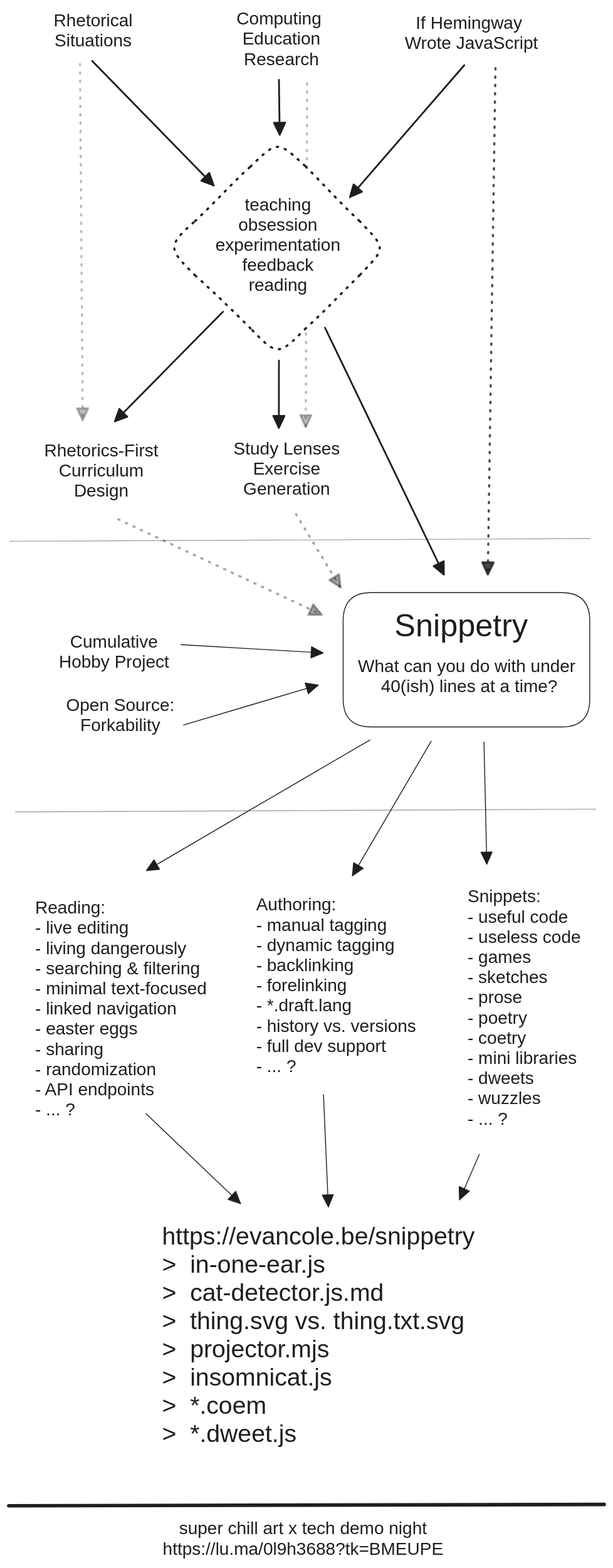
Earlier version of the Excalidraw export public/assets/art-x-tech.excalidraw.svg (colevandersWands/snippetry). Source tidied: one line per element, renumbered; positions are measured from the earlier drawing's top-left corner, leaving out a move shared by most shapes.
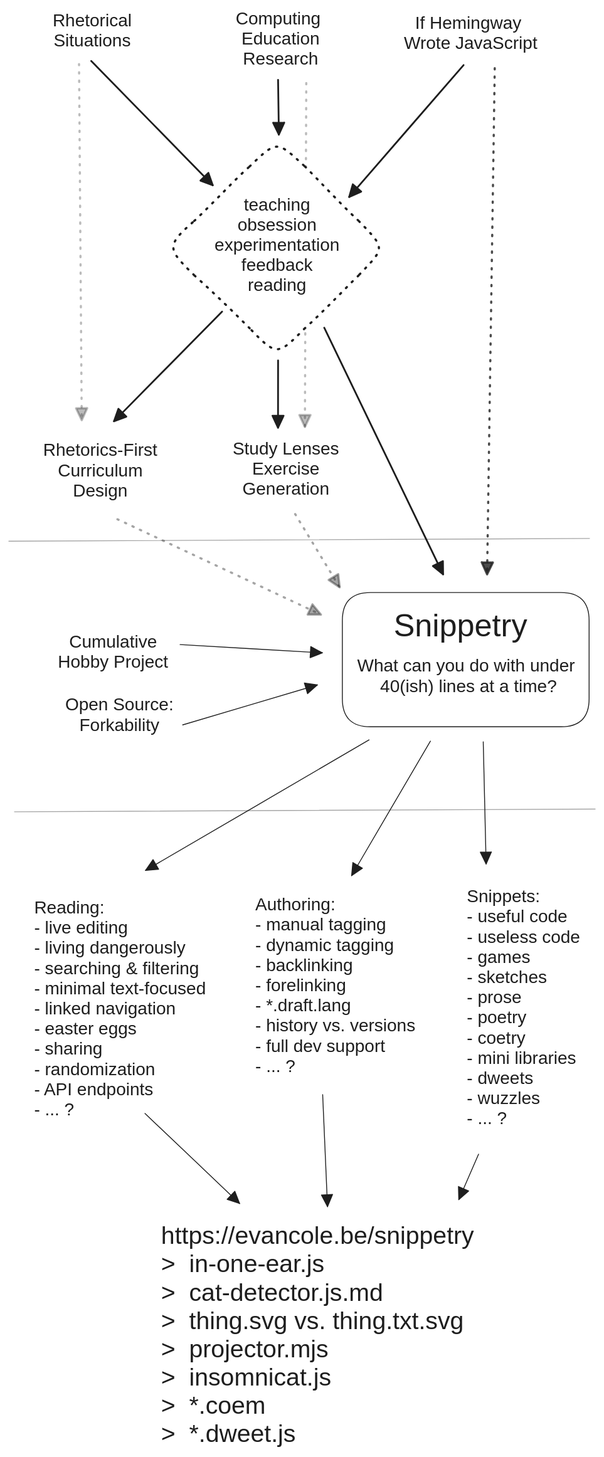
After the change.

The edit, as a diff of the source:
```diff
@@ -31,9 +31,7 @@
 {"id": 30, "type": "arrow", "strokeColor": "#1e1e1e", "backgroundColor": "#ffffff", "fillStyle": "solid", "strokeWidth": 1, "roughness": 0, "endArrowhead": "triangle", "round": true, "from": 24, "to": 28, "x": 536, "y": 1305, "width": 23, "height": 52, "points": [[0, 0], [-23, 52]]}
 {"id": 31, "type": "line", "strokeColor": "#1e1e1e", "backgroundColor": "#ffffff", "fillStyle": "solid", "strokeWidth": 1, "roughness": 0, "opacity": 40, "x": 663, "y": 603, "width": 661, "height": 3, "points": [[0, 0], [-661, 3]]}
 {"id": 32, "type": "line", "strokeColor": "#1e1e1e", "backgroundColor": "#ffffff", "fillStyle": "solid", "strokeWidth": 1, "roughness": 0, "opacity": 40, "x": 669, "y": 912, "width": 661, "height": 3, "points": [[0, 0], [-661, 3]]}
-{"id": 33, "type": "line", "strokeColor": "#1e1e1e", "backgroundColor": "#ffffff", "fillStyle": "solid", "strokeWidth": 4, "roughness": 0, "x": 0, "y": 1705, "width": 679, "height": 1, "points": [[0, 0], [679, -1]]}
 {"id": 34, "type": "arrow", "strokeColor": "#1e1e1e", "angle": 6.18, "strokeWidth": 2, "strokeStyle": "dotted", "roughness": 0, "opacity": 40, "endArrowhead": "triangle", "round": true, "to": 0, "x": 131, "y": 570, "width": 219, "height": 133, "points": [[0, 0], [219, 133]]}
-{"id": 35, "type": "text", "text": "super chill art x tech demo night\nhttps://lu.ma/0l9h3688?tk=BMEUPE", "strokeColor": "#1e1e1e", "strokeWidth": 2, "roughness": 1, "fontSize": 20, "fontFamily": 2, "textAlign": "center", "x": 175, "y": 1720, "width": 320, "height": 46}
 {"id": 36, "type": "text", "text": "Authoring:\n- manual tagging\n- dynamic tagging\n- backlinking\n- forelinking\n- *.draft.lang\n- history vs. versions\n- full dev support\n- ... ?\n", "strokeColor": "#1e1e1e", "backgroundColor": "#ffffff", "fillStyle": "solid", "strokeWidth": 1, "roughness": 0, "fontSize": 20, "fontFamily": 2, "x": 282, "y": 1009, "width": 182, "height": 230}
 {"id": 37, "type": "arrow", "strokeColor": "#1e1e1e", "backgroundColor": "#ffffff", "fillStyle": "solid", "strokeWidth": 1, "roughness": 0, "endArrowhead": "triangle", "round": true, "from": 0, "to": 36, "x": 481, "y": 834, "width": 90, "height": 153, "points": [[0, 0], [-90, 153]]}
 {"id": 38, "type": "arrow", "strokeColor": "#1e1e1e", "backgroundColor": "#ffffff", "fillStyle": "solid", "strokeWidth": 1, "roughness": 0, "endArrowhead": "triangle", "round": true, "to": 28, "x": 359, "y": 1237, "width": 6, "height": 128, "points": [[0, 0], [6, 128]]}
```
